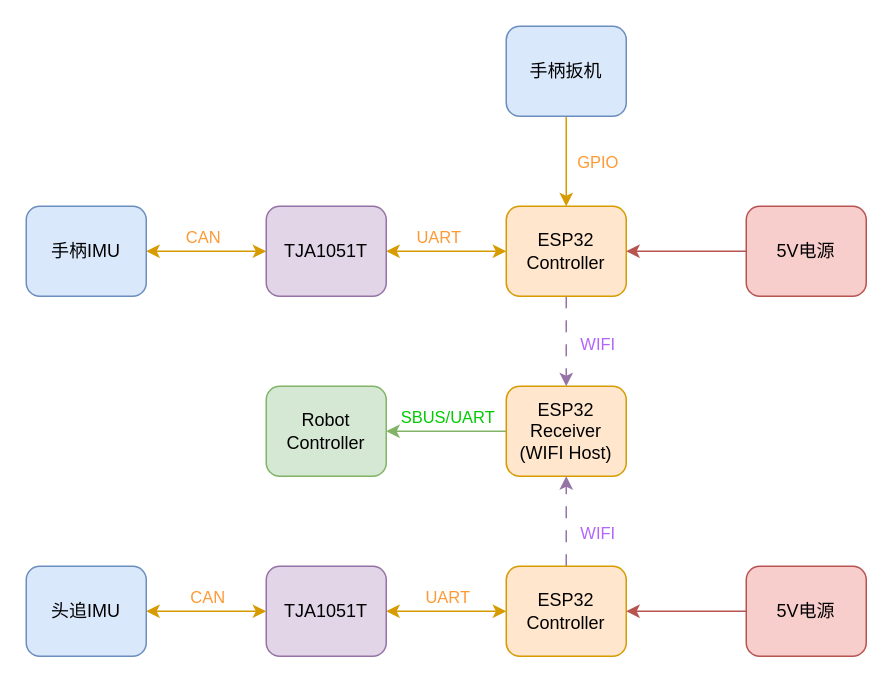
The draw.io diagram images/connect.drawio in LJW0401/IMU_Controller, before the edit. Source tidied: cells renumbered, new cells numbered last; positions are measured from the earlier drawing's top-left corner, leaving out a move shared by most shapes. Both pictures are drawn from the tidied source at 150%, with x=0, y=0 at pixel (26, 26).
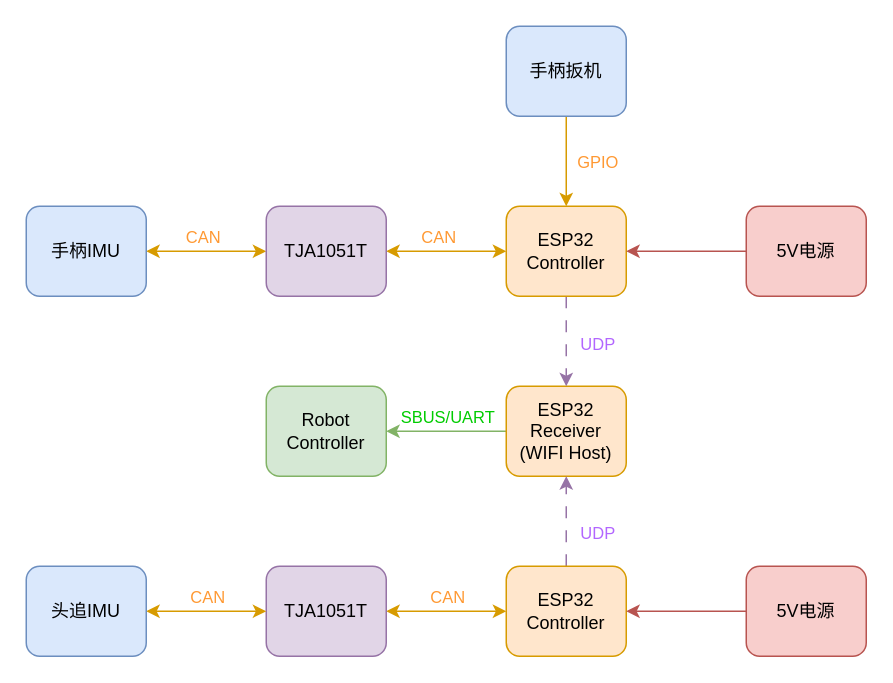
The same page after the edit.

Unchanged cells that the change refers to:
```xml
<mxCell id="5" style="edgeStyle=none;html=1;startArrow=classic;startFill=1;fillColor=#ffe6cc;strokeColor=#d79b00;" parent="1" edge="1" source="7" target="14">
  <mxGeometry relative="1" as="geometry" />
</mxCell>
<mxCell id="12" style="edgeStyle=none;html=1;entryX=0.5;entryY=0;entryDx=0;entryDy=0;startArrow=none;startFill=0;dashed=1;dashPattern=8 8;fillColor=#e1d5e7;strokeColor=#9673a6;" parent="1" edge="1" source="14" target="10">
  <mxGeometry relative="1" as="geometry" />
</mxCell>
<mxCell id="15" style="edgeStyle=none;html=1;entryX=0.5;entryY=1;entryDx=0;entryDy=0;dashed=1;dashPattern=8 8;fillColor=#e1d5e7;strokeColor=#9673a6;" parent="1" edge="1" source="17" target="10">
  <mxGeometry relative="1" as="geometry" />
</mxCell>
<mxCell id="18" style="edgeStyle=none;html=1;entryX=0;entryY=0.5;entryDx=0;entryDy=0;startArrow=classic;startFill=1;fillColor=#ffe6cc;strokeColor=#d79b00;" parent="1" edge="1" source="20" target="17">
  <mxGeometry relative="1" as="geometry" />
</mxCell>
```

Diff of the diagram source:
```diff
@@
-    <mxCell id="6" value="UART" style="edgeLabel;html=1;align=center;verticalAlign=middle;fontColor=#FF9933;labelBackgroundColor=none;" parent="5" vertex="1">
+    <mxCell id="6" value="CAN" style="edgeLabel;html=1;align=center;verticalAlign=middle;fontColor=#FF9933;labelBackgroundColor=none;" parent="5" vertex="1">
       <mxGeometry x="-0.15" y="1" relative="1" as="geometry">
         <mxPoint y="-9" as="offset" />
       </mxGeometry>
     </mxCell>
@@
-    <mxCell id="13" value="WIFI" style="edgeLabel;html=1;align=center;verticalAlign=middle;fontColor=#B266FF;labelBackgroundColor=none;" parent="12" vertex="1">
+    <mxCell id="13" value="UDP" style="edgeLabel;html=1;align=center;verticalAlign=middle;fontColor=#B266FF;labelBackgroundColor=none;" parent="12" vertex="1">
       <mxGeometry x="-0.12" y="-3" relative="1" as="geometry">
         <mxPoint x="23" y="5" as="offset" />
       </mxGeometry>
     </mxCell>
@@
-    <mxCell id="16" value="WIFI" style="edgeLabel;html=1;align=center;verticalAlign=middle;fontColor=#B266FF;labelBackgroundColor=none;" parent="15" vertex="1">
+    <mxCell id="16" value="UDP" style="edgeLabel;html=1;align=center;verticalAlign=middle;fontColor=#B266FF;labelBackgroundColor=none;" parent="15" vertex="1">
       <mxGeometry x="-0.24" y="-2" relative="1" as="geometry">
         <mxPoint x="18" as="offset" />
       </mxGeometry>
     </mxCell>
@@
-    <mxCell id="19" value="UART" style="edgeLabel;html=1;align=center;verticalAlign=middle;fontColor=#FF9933;labelBackgroundColor=none;" parent="18" vertex="1">
+    <mxCell id="19" value="CAN" style="edgeLabel;html=1;align=center;verticalAlign=middle;fontColor=#FF9933;labelBackgroundColor=none;" parent="18" vertex="1">
       <mxGeometry x="0.16" relative="1" as="geometry">
         <mxPoint x="-6" y="-10" as="offset" />
       </mxGeometry>
     </mxCell>
```
